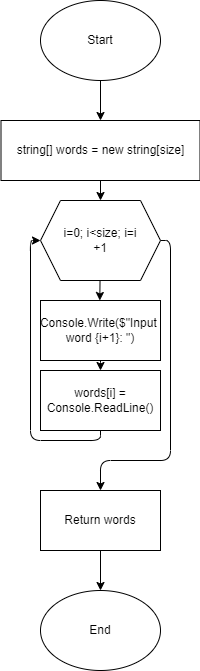
wdlts/EXAMINATION_CSHARP keeps this draw.io diagram as 1.CreateArray.drawio.png. Above is the earlier version. Source tidied: cells renumbered, new cells last; positions are measured from the earlier drawing's top-left corner, leaving out a move shared by most shapes.
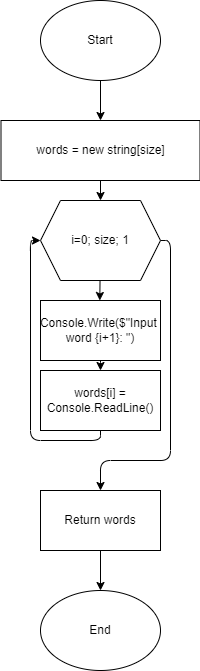
The same file after the commit.

The edit, as a diff of the source:
```diff
@@ -10,7 +10,7 @@
     <mxCell id="3" style="edgeStyle=none;html=1;exitX=0.5;exitY=1;exitDx=0;exitDy=0;" parent="1" edge="1" source="4" target="7">
       <mxGeometry relative="1" as="geometry" />
     </mxCell>
-    <mxCell id="4" value="string[] words = new string[size]" style="rounded=0;whiteSpace=wrap;html=1;" parent="1" vertex="1">
+    <mxCell id="4" value="words = new string[size]" style="rounded=0;whiteSpace=wrap;html=1;" parent="1" vertex="1">
       <mxGeometry x="0.5" y="120" width="199" height="60" as="geometry" />
     </mxCell>
     <mxCell id="5" style="edgeStyle=none;html=1;" parent="1" edge="1" source="7">
@@ -27,7 +27,7 @@
         </Array>
       </mxGeometry>
     </mxCell>
-    <mxCell id="7" value="i=0; i&amp;lt;size; i=i&lt;br&gt;+1" style="shape=hexagon;perimeter=hexagonPerimeter2;whiteSpace=wrap;html=1;fixedSize=1;" parent="1" vertex="1">
+    <mxCell id="7" value="i=0; size; 1" style="shape=hexagon;perimeter=hexagonPerimeter2;whiteSpace=wrap;html=1;fixedSize=1;" parent="1" vertex="1">
       <mxGeometry x="40" y="200" width="120" height="80" as="geometry" />
     </mxCell>
     <mxCell id="8" style="edgeStyle=orthogonalEdgeStyle;html=1;" parent="1" edge="1" target="10">
```
